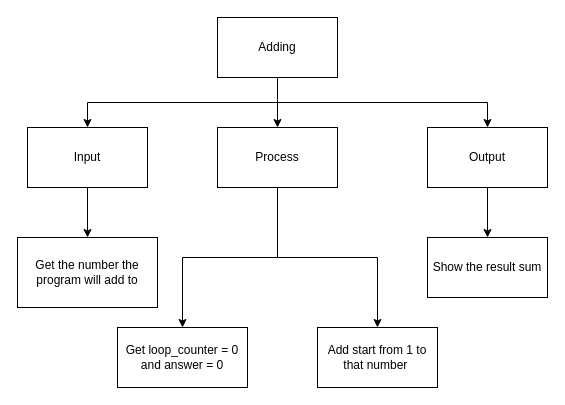
Before: design.top-down.drawio in Yiyun-Qin/ICS3U-Unit4-06-Python, a draw.io diagram. Source tidied: cells renumbered, new cells numbered last; positions are measured from the earlier drawing's top-left corner, leaving out a move shared by most shapes. Both pictures are drawn from the tidied source at 100%, with x=0, y=0 at pixel (17, 17).
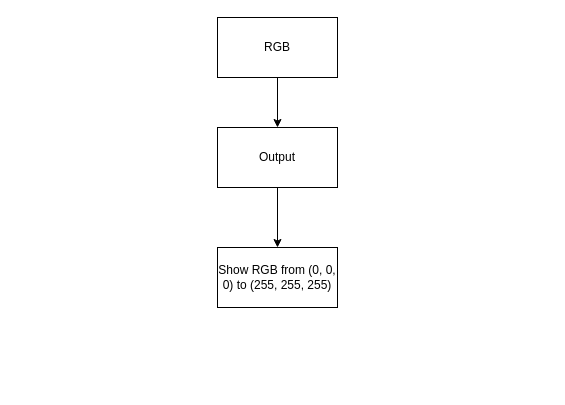
Above is the later version.

Change to the diagram source:
```diff
@@
 <mxGraphModel>
   <root>
     <mxCell id="0" />
     <mxCell id="1" parent="0" />
-    <mxCell id="2" style="edgeStyle=orthogonalEdgeStyle;html=1;exitX=0.5;exitY=1;exitDx=0;exitDy=0;entryX=0.5;entryY=0;entryDx=0;entryDy=0;rounded=0;" parent="1" edge="1" source="5" target="7">
-      <mxGeometry relative="1" as="geometry" />
-    </mxCell>
-    <mxCell id="3" style="edgeStyle=orthogonalEdgeStyle;rounded=0;html=1;exitX=0.5;exitY=1;exitDx=0;exitDy=0;entryX=0.5;entryY=0;entryDx=0;entryDy=0;" parent="1" edge="1" source="5" target="10">
-      <mxGeometry relative="1" as="geometry" />
-    </mxCell>
     <mxCell id="4" style="edgeStyle=orthogonalEdgeStyle;rounded=0;html=1;exitX=0.5;exitY=1;exitDx=0;exitDy=0;entryX=0.5;entryY=0;entryDx=0;entryDy=0;" parent="1" edge="1" source="5" target="12">
       <mxGeometry relative="1" as="geometry" />
     </mxCell>
-    <mxCell id="5" value="Adding" style="rounded=0;whiteSpace=wrap;html=1;" parent="1" vertex="1">
+    <mxCell id="5" value="RGB" style="rounded=0;whiteSpace=wrap;html=1;" parent="1" vertex="1">
       <mxGeometry x="200" width="120" height="60" as="geometry" />
     </mxCell>
-    <mxCell id="6" style="edgeStyle=orthogonalEdgeStyle;rounded=0;html=1;exitX=0.5;exitY=1;exitDx=0;exitDy=0;entryX=0.5;entryY=0;entryDx=0;entryDy=0;" parent="1" edge="1" source="7" target="13">
-      <mxGeometry relative="1" as="geometry" />
-    </mxCell>
-    <mxCell id="7" value="Input" style="rounded=0;whiteSpace=wrap;html=1;" parent="1" vertex="1">
-      <mxGeometry x="10" y="110" width="120" height="60" as="geometry" />
-    </mxCell>
-    <mxCell id="8" style="edgeStyle=orthogonalEdgeStyle;rounded=0;html=1;exitX=0.5;exitY=1;exitDx=0;exitDy=0;entryX=0.5;entryY=0;entryDx=0;entryDy=0;" parent="1" edge="1" source="10" target="14">
-      <mxGeometry relative="1" as="geometry" />
-    </mxCell>
-    <mxCell id="9" style="edgeStyle=orthogonalEdgeStyle;html=1;exitX=0.5;exitY=1;exitDx=0;exitDy=0;entryX=0.5;entryY=0;entryDx=0;entryDy=0;rounded=0;" parent="1" edge="1" source="10" target="16">
-      <mxGeometry relative="1" as="geometry" />
-    </mxCell>
-    <mxCell id="10" value="Process" style="rounded=0;whiteSpace=wrap;html=1;" parent="1" vertex="1">
-      <mxGeometry x="200" y="110" width="120" height="60" as="geometry" />
-    </mxCell>
     <mxCell id="11" style="edgeStyle=orthogonalEdgeStyle;rounded=0;html=1;exitX=0.5;exitY=1;exitDx=0;exitDy=0;entryX=0.5;entryY=0;entryDx=0;entryDy=0;" parent="1" edge="1" source="12" target="15">
       <mxGeometry relative="1" as="geometry" />
     </mxCell>
     <mxCell id="12" value="Output" style="rounded=0;whiteSpace=wrap;html=1;" parent="1" vertex="1">
-      <mxGeometry x="410" y="110" width="120" height="60" as="geometry" />
+      <mxGeometry x="200" y="110" width="120" height="60" as="geometry" />
     </mxCell>
-    <mxCell id="13" value="Get the number the program will add to" style="rounded=0;whiteSpace=wrap;html=1;" parent="1" vertex="1">
-      <mxGeometry y="220" width="140" height="70" as="geometry" />
-    </mxCell>
-    <mxCell id="14" value="Add start from 1 to that number&amp;nbsp;" style="rounded=0;whiteSpace=wrap;html=1;" parent="1" vertex="1">
-      <mxGeometry x="300" y="310" width="120" height="60" as="geometry" />
-    </mxCell>
-    <mxCell id="15" value="Show the result sum" style="rounded=0;whiteSpace=wrap;html=1;" parent="1" vertex="1">
-      <mxGeometry x="410" y="220" width="120" height="60" as="geometry" />
+    <mxCell id="15" value="Show RGB from (0, 0, 0) to (255, 255, 255)" style="rounded=0;whiteSpace=wrap;html=1;" parent="1" vertex="1">
+      <mxGeometry x="200" y="230" width="120" height="60" as="geometry" />
     </mxCell>
-    <mxCell id="16" value="Get loop_counter = 0 and answer = 0" style="rounded=0;whiteSpace=wrap;html=1;" parent="1" vertex="1">
-      <mxGeometry x="100" y="310" width="130" height="60" as="geometry" />
-    </mxCell>
   </root>
 </mxGraphModel>
```
